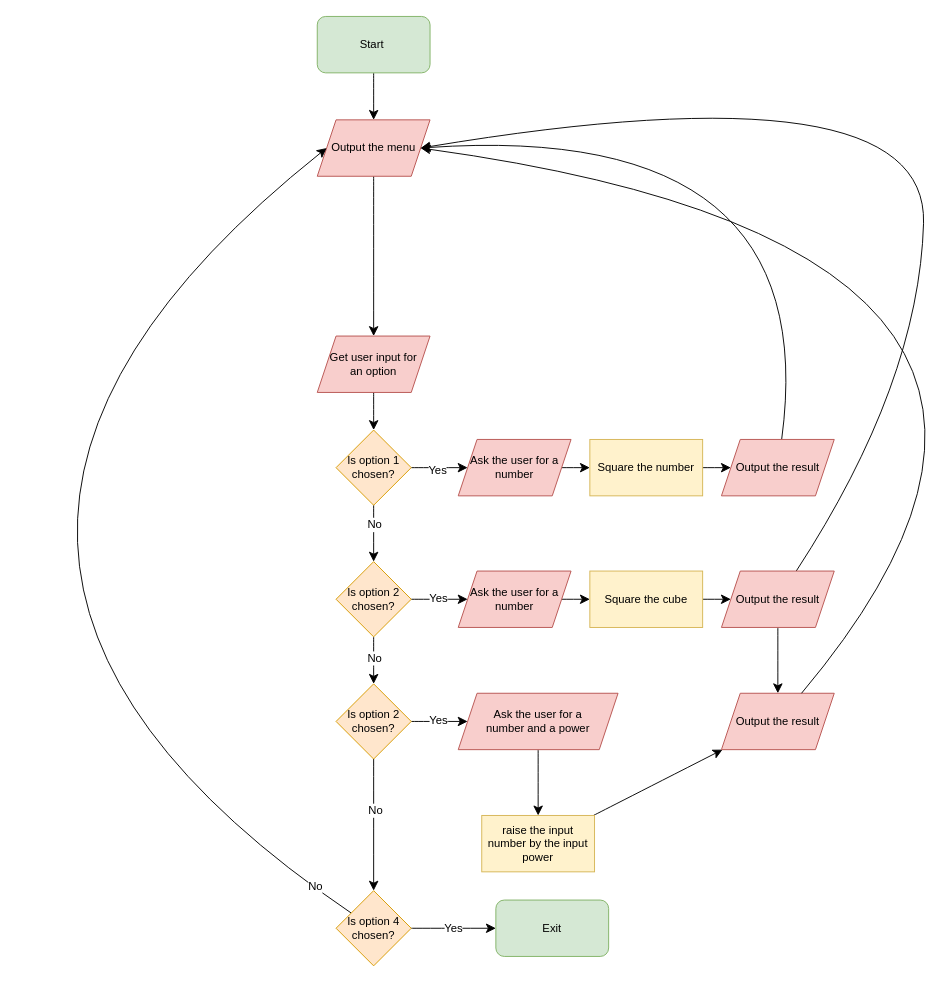
Before: diagrams/Cubes and Squares and Powers.drawio in twitocode/Draw.io-Diagrams, a draw.io diagram. Source tidied: cells renumbered, new cells numbered last; positions are measured from the earlier drawing's top-left corner, leaving out a move shared by most shapes. Both pictures are drawn from the tidied source at 94%, with x=0, y=0 at pixel (-181, 16).
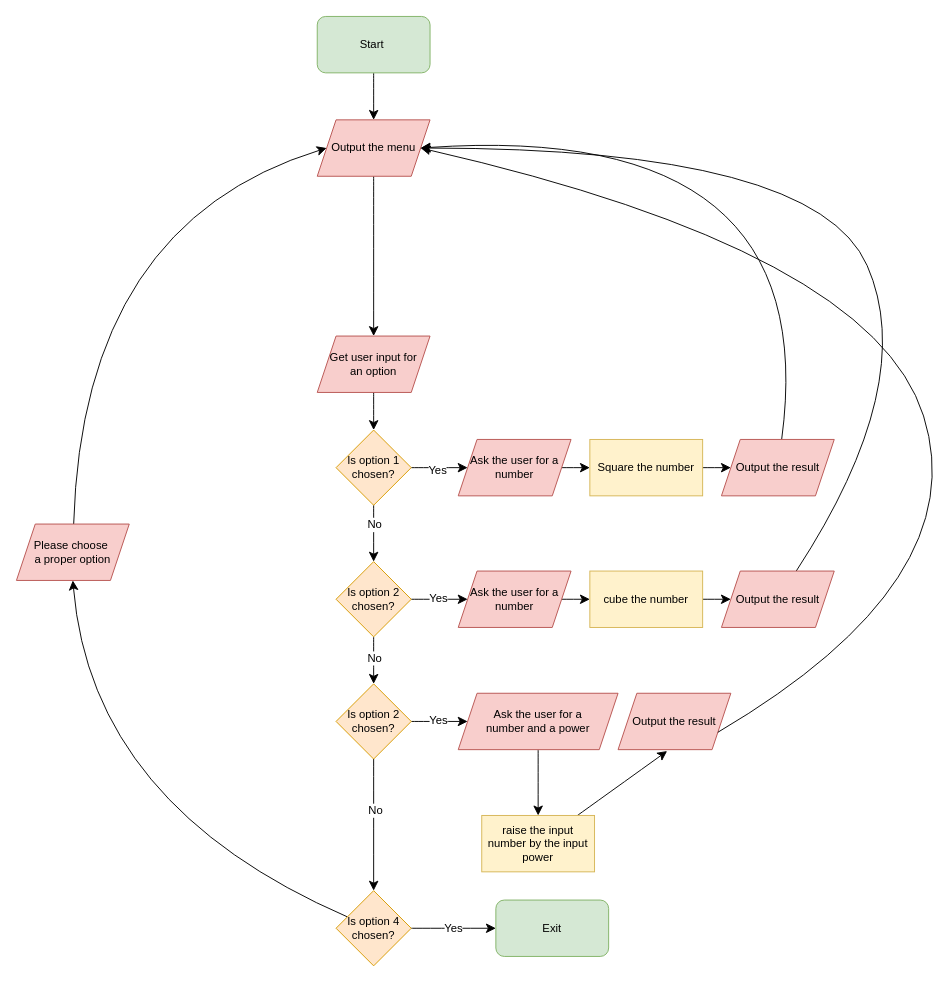
After the change.

Unchanged cells that the change refers to:
```xml
<mxCell id="18" value="Output the menu" style="shape=parallelogram;perimeter=parallelogramPerimeter;whiteSpace=wrap;html=1;fixedSize=1;fillColor=#f8cecc;strokeColor=#b85450;" parent="1" vertex="1">
  <mxGeometry x="530" y="110" width="120" height="60" as="geometry" />
</mxCell>
<mxCell id="30" value="Output the result" style="shape=parallelogram;perimeter=parallelogramPerimeter;whiteSpace=wrap;html=1;fixedSize=1;rounded=0;fillColor=#f8cecc;strokeColor=#b85450;" parent="1" vertex="1">
  <mxGeometry x="960" y="590" width="120" height="60" as="geometry" />
</mxCell>
<mxCell id="39" value="raise the input number by the input power" style="rounded=0;whiteSpace=wrap;html=1;fillColor=#fff2cc;strokeColor=#d6b656;" parent="1" vertex="1">
  <mxGeometry x="705" y="850" width="120" height="60" as="geometry" />
</mxCell>
<mxCell id="45" value="Is option 4&lt;div&gt;chosen?&lt;/div&gt;" style="rhombus;whiteSpace=wrap;html=1;fillColor=#ffe6cc;strokeColor=#d79b00;" parent="1" vertex="1">
  <mxGeometry x="550" y="930" width="80" height="80" as="geometry" />
</mxCell>
```

Diff of the diagram source:
```diff
@@
-    <mxCell id="27" value="Square the cube" style="rounded=0;whiteSpace=wrap;html=1;fillColor=#fff2cc;strokeColor=#d6b656;" parent="1" vertex="1">
+    <mxCell id="27" value="cube the number" style="rounded=0;whiteSpace=wrap;html=1;fillColor=#fff2cc;strokeColor=#d6b656;" parent="1" vertex="1">
       <mxGeometry x="820" y="590" width="120" height="60" as="geometry" />
     </mxCell>
     <mxCell id="28" style="edgeStyle=none;curved=1;rounded=0;jettySize=auto;html=1;entryX=1;entryY=0.5;entryDx=0;entryDy=0;fontSize=12;startSize=8;endSize=8;" parent="1" edge="1" source="30" target="18">
       <mxGeometry relative="1" as="geometry">
         <Array as="points">
           <mxPoint x="1170" y="390" />
-          <mxPoint x="1180" y="50" />
+          <mxPoint x="1060" y="140" />
         </Array>
       </mxGeometry>
     </mxCell>
-    <mxCell id="29" style="edgeStyle=none;curved=1;rounded=0;jettySize=auto;html=1;fontSize=12;startSize=8;endSize=8;" parent="1" edge="1" source="30" target="40">
-      <mxGeometry relative="1" as="geometry" />
-    </mxCell>
@@
-    <mxCell id="38" style="edgeStyle=none;curved=1;rounded=0;jettySize=auto;html=1;fontSize=12;startSize=8;endSize=8;" parent="1" edge="1" source="39" target="40">
+    <mxCell id="38" style="edgeStyle=none;curved=1;rounded=0;jettySize=auto;html=1;fontSize=12;startSize=8;endSize=8;entryX=0.435;entryY=1.025;entryDx=0;entryDy=0;entryPerimeter=0;" parent="1" edge="1" source="39" target="40">
       <mxGeometry relative="1" as="geometry" />
     </mxCell>
@@
     <mxCell id="40" value="Output the result" style="shape=parallelogram;perimeter=parallelogramPerimeter;whiteSpace=wrap;html=1;fixedSize=1;rounded=0;fillColor=#f8cecc;strokeColor=#b85450;" parent="1" vertex="1">
-      <mxGeometry x="960" y="720" width="120" height="60" as="geometry" />
+      <mxGeometry x="850" y="720" width="120" height="60" as="geometry" />
     </mxCell>
-    <mxCell id="41" style="edgeStyle=none;curved=1;rounded=0;jettySize=auto;html=1;entryX=1;entryY=0.5;entryDx=0;entryDy=0;fontSize=12;startSize=8;endSize=8;" parent="1" edge="1" source="40" target="18">
+    <mxCell id="41" style="edgeStyle=none;curved=1;rounded=0;jettySize=auto;html=1;entryX=1;entryY=0.5;entryDx=0;entryDy=0;fontSize=12;startSize=8;endSize=8;exitX=1;exitY=0.75;exitDx=0;exitDy=0;" parent="1" edge="1" source="40" target="18">
       <mxGeometry relative="1" as="geometry">
         <Array as="points">
-          <mxPoint x="1440" y="250" />
+          <mxPoint x="1230" y="600" />
+          <mxPoint x="1120" y="250" />
         </Array>
       </mxGeometry>
     </mxCell>
-    <mxCell id="42" style="edgeStyle=none;curved=1;rounded=0;jettySize=auto;html=1;fontSize=12;startSize=8;endSize=8;entryX=0;entryY=0.5;entryDx=0;entryDy=0;" parent="1" edge="1" source="45" target="18">
-      <mxGeometry relative="1" as="geometry">
-        <Array as="points">
-          <mxPoint y="570" />
-        </Array>
-      </mxGeometry>
-    </mxCell>
-    <mxCell id="43" value="No" style="edgeLabel;html=1;align=center;verticalAlign=middle;fontSize=12;" parent="42" vertex="1">
-      <mxGeometry x="-0.93" y="-2" relative="1" as="geometry" />
-    </mxCell>
@@
+    <mxCell id="47" style="edgeStyle=none;curved=1;rounded=0;jettySize=auto;html=1;entryX=0.5;entryY=1;entryDx=0;entryDy=0;fontSize=12;startSize=8;endSize=8;" parent="1" edge="1" source="45" target="49">
+      <mxGeometry relative="1" as="geometry">
+        <Array as="points">
+          <mxPoint x="290" y="840" />
+        </Array>
+      </mxGeometry>
+    </mxCell>
@@
+    <mxCell id="48" style="edgeStyle=none;curved=1;rounded=0;jettySize=auto;html=1;entryX=0;entryY=0.5;entryDx=0;entryDy=0;fontSize=12;startSize=8;endSize=8;" parent="1" edge="1" source="49" target="18">
+      <mxGeometry relative="1" as="geometry">
+        <Array as="points">
+          <mxPoint x="280" y="220" />
+        </Array>
+      </mxGeometry>
+    </mxCell>
+    <mxCell id="49" value="Please choose&amp;nbsp;&lt;div&gt;a proper option&lt;/div&gt;" style="shape=parallelogram;perimeter=parallelogramPerimeter;whiteSpace=wrap;html=1;fixedSize=1;fillColor=#f8cecc;strokeColor=#b85450;" parent="1" vertex="1">
+      <mxGeometry x="210" y="540" width="120" height="60" as="geometry" />
+    </mxCell>
```
